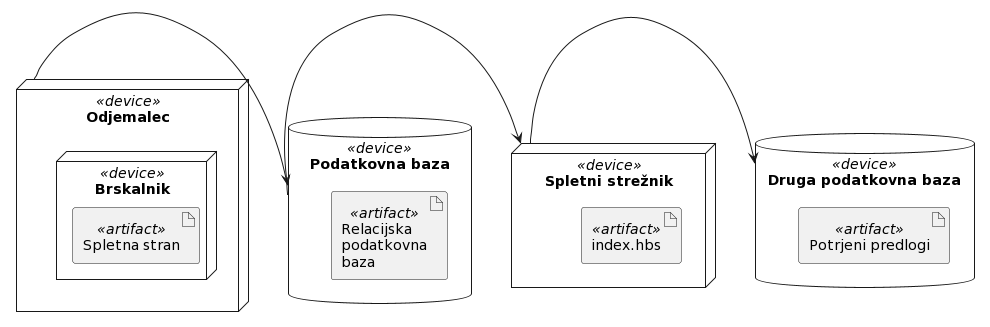
Before: docs/gradivo/img/fizicnipogled.png, a diagram exported from PlantUML (kupinah/test-tpo).
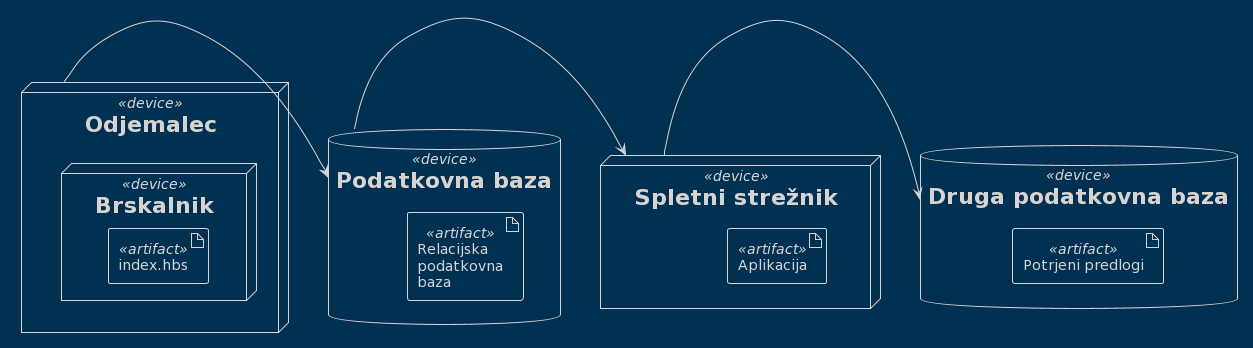
The same diagram one commit later.

Commit message:
fizpogled, razpogled - nac arh v2.2

What changed in the source:
```diff
@@ -1,15 +1,16 @@
 @startuml
-database "Podatkovna baza" as PB1 <<device>>{
+!theme blueprint
+database "Podatkovna baza" as PB <<device>>{
  artifact "Relacijska\npodatkovna\nbaza" <<artifact>>
 }
 
 node "Spletni strežnik" as SS <<device>>{
- artifact index.hbs <<artifact>>
+ artifact Aplikacija <<artifact>>
 }
 
 node Odjemalec <<device>>{
  node Brskalnik <<device>>{
-  artifact "Spletna stran" <<artifact>>
+  artifact "index.hbs" <<artifact>>
  }
 }
 
@@ -17,7 +18,7 @@
  artifact "Potrjeni predlogi" <<artifact>>
 }
 
-Odjemalec -> PB1
-PB1 -> SS
-SS -> PB2
+Odjemalec -right-> PB
+PB -right-> SS
+SS -right-> PB2
 @enduml
```
